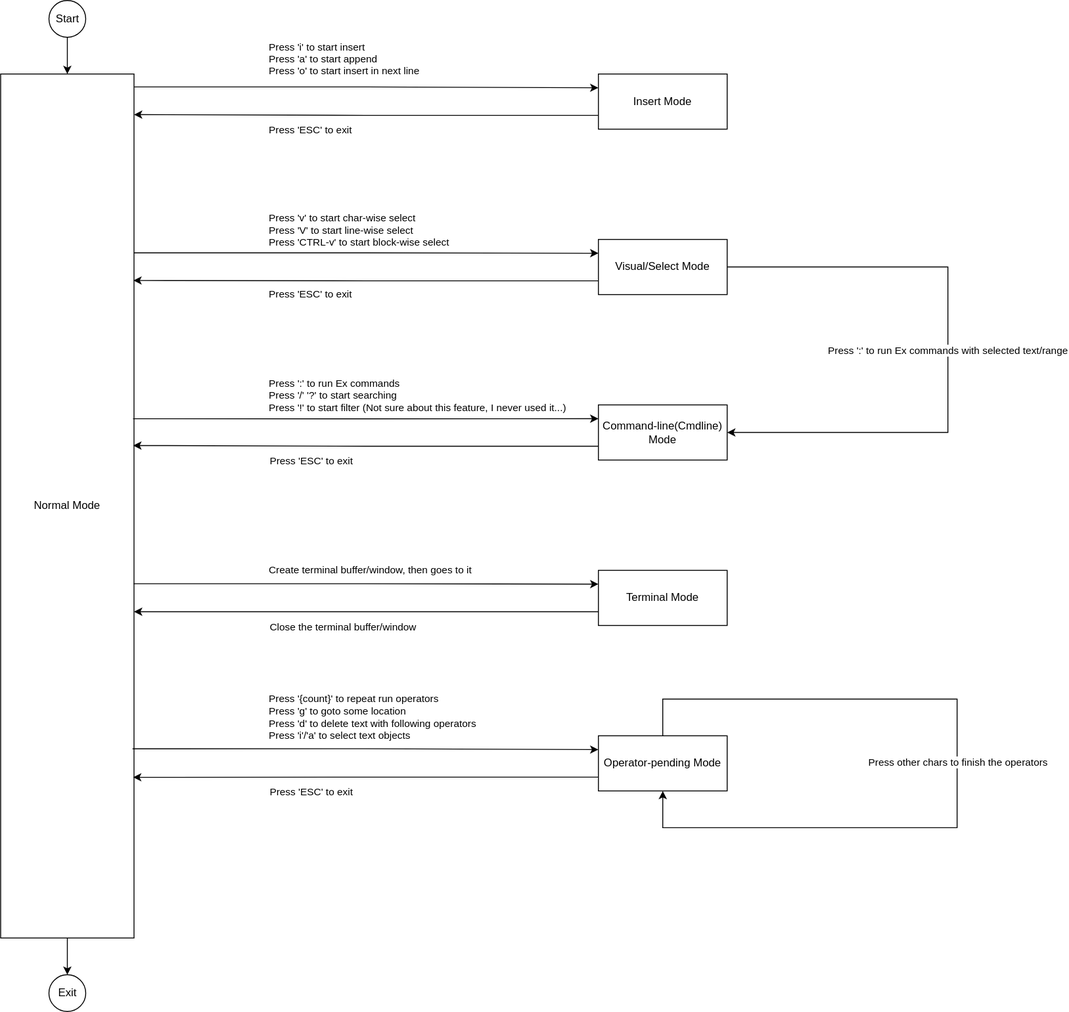
Earlier version of the draw.io export images/5-EditingMode.1.drawio.svg (rsvim/rfc). Source tidied: cells renumbered, new cells last; positions are measured from the earlier drawing's top-left corner, leaving out a move shared by most shapes.
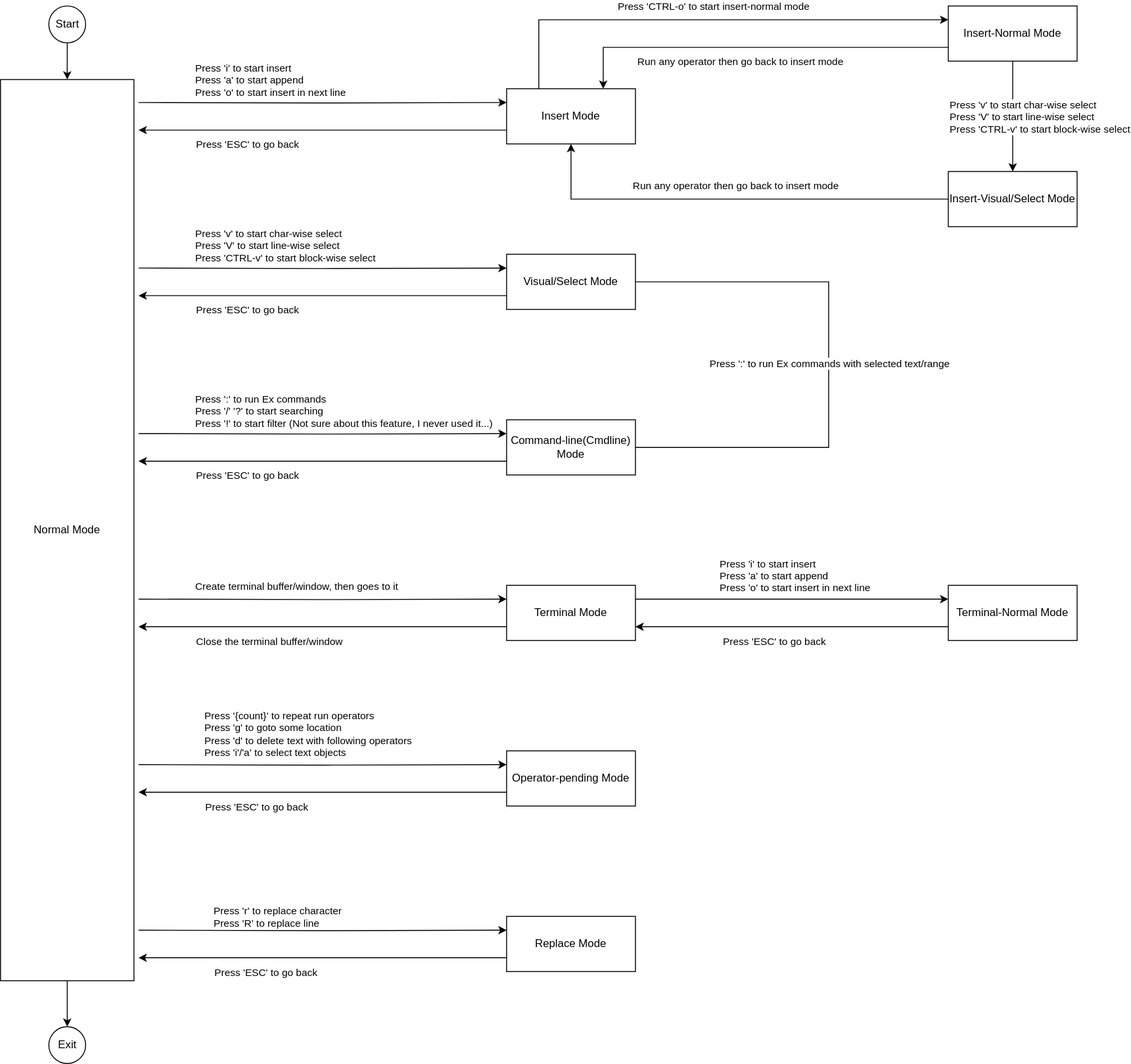
After the commit.

Diff of the diagram source:
```diff
@@ -4,4 +4,6 @@
     <mxCell id="1" parent="0" />
-    <mxCell id="2" style="edgeStyle=orthogonalEdgeStyle;rounded=0;jettySize=auto;html=1;entryX=0;entryY=0.25;entryDx=0;entryDy=0;exitX=0.995;exitY=0.015;exitDx=0;exitDy=0;exitPerimeter=0;" parent="1" edge="1" source="7" target="12">
-      <mxGeometry relative="1" as="geometry" />
+    <mxCell id="2" style="edgeStyle=orthogonalEdgeStyle;rounded=0;jettySize=auto;html=1;entryX=0;entryY=0.25;entryDx=0;entryDy=0;" parent="1" edge="1" target="12">
+      <mxGeometry relative="1" as="geometry">
+        <mxPoint x="250" y="95" as="sourcePoint" />
+      </mxGeometry>
     </mxCell>
@@ -9,7 +11,9 @@
       <mxGeometry x="-0.33" y="-1" relative="1" as="geometry">
-        <mxPoint x="-25" y="-31" as="offset" />
+        <mxPoint x="-75" y="-26" as="offset" />
       </mxGeometry>
     </mxCell>
-    <mxCell id="4" style="edgeStyle=orthogonalEdgeStyle;rounded=0;jettySize=auto;html=1;entryX=0;entryY=0.25;entryDx=0;entryDy=0;exitX=0.991;exitY=0.207;exitDx=0;exitDy=0;exitPerimeter=0;" parent="1" edge="1" source="7" target="15">
-      <mxGeometry relative="1" as="geometry" />
+    <mxCell id="4" style="edgeStyle=orthogonalEdgeStyle;rounded=0;jettySize=auto;html=1;entryX=0;entryY=0.25;entryDx=0;entryDy=0;" parent="1" edge="1" target="15">
+      <mxGeometry relative="1" as="geometry">
+        <mxPoint x="250" y="275" as="sourcePoint" />
+      </mxGeometry>
     </mxCell>
@@ -17,3 +21,3 @@
       <mxGeometry x="-0.39" y="-1" relative="1" as="geometry">
-        <mxPoint x="-9" y="-26" as="offset" />
+        <mxPoint x="-62" y="-26" as="offset" />
       </mxGeometry>
@@ -24,3 +28,3 @@
     <mxCell id="7" value="Normal Mode" style="rounded=0;whiteSpace=wrap;html=1;" parent="1" vertex="1">
-      <mxGeometry y="80" width="145" height="940" as="geometry" />
+      <mxGeometry x="100" y="70" width="145" height="980" as="geometry" />
     </mxCell>
@@ -30,12 +34,22 @@
     <mxCell id="9" value="Start" style="ellipse;whiteSpace=wrap;html=1;" parent="1" vertex="1">
-      <mxGeometry x="52.5" width="40" height="40" as="geometry" />
+      <mxGeometry x="152.5" y="-10" width="40" height="40" as="geometry" />
     </mxCell>
-    <mxCell id="10" style="edgeStyle=orthogonalEdgeStyle;rounded=0;jettySize=auto;html=1;exitX=0;exitY=0.75;exitDx=0;exitDy=0;entryX=1;entryY=0.047;entryDx=0;entryDy=0;entryPerimeter=0;" parent="1" edge="1" source="12" target="7">
-      <mxGeometry relative="1" as="geometry" />
+    <mxCell id="10" style="edgeStyle=orthogonalEdgeStyle;rounded=0;jettySize=auto;html=1;exitX=0;exitY=0.75;exitDx=0;exitDy=0;" parent="1" edge="1" source="12">
+      <mxGeometry relative="1" as="geometry">
+        <mxPoint x="250" y="125" as="targetPoint" />
+      </mxGeometry>
     </mxCell>
-    <mxCell id="11" value="Press 'ESC' to exit" style="edgeLabel;html=1;align=left;verticalAlign=middle;" parent="10" vertex="1">
+    <mxCell id="11" value="&lt;span style=&quot;text-align: center;&quot;&gt;Press 'ESC' to go back&lt;/span&gt;" style="edgeLabel;html=1;align=left;verticalAlign=middle;" parent="10" vertex="1">
       <mxGeometry x="0.11" y="-1" relative="1" as="geometry">
-        <mxPoint x="-81" y="17" as="offset" />
+        <mxPoint x="-118" y="16" as="offset" />
       </mxGeometry>
     </mxCell>
+    <mxCell id="36" style="edgeStyle=orthogonalEdgeStyle;rounded=0;jettySize=auto;html=1;exitX=0.25;exitY=0;exitDx=0;exitDy=0;entryX=0;entryY=0.25;entryDx=0;entryDy=0;" parent="1" edge="1" source="12" target="52">
+      <mxGeometry relative="1" as="geometry" />
+    </mxCell>
+    <mxCell id="37" value="Press 'CTRL-o' to start insert-normal mode" style="edgeLabel;html=1;align=center;verticalAlign=middle;" parent="36" vertex="1">
+      <mxGeometry x="-0.04" y="2" relative="1" as="geometry">
+        <mxPoint x="14" y="-13" as="offset" />
+      </mxGeometry>
+    </mxCell>
     <mxCell id="12" value="Insert Mode" style="rounded=0;whiteSpace=wrap;html=1;" parent="1" vertex="1">
@@ -43,7 +57,9 @@
     </mxCell>
-    <mxCell id="13" style="edgeStyle=orthogonalEdgeStyle;rounded=0;jettySize=auto;html=1;entryX=1;entryY=0.5;entryDx=0;entryDy=0;" parent="1" edge="1" source="15" target="18">
+    <mxCell id="13" style="edgeStyle=orthogonalEdgeStyle;rounded=0;orthogonalLoop=1;jettySize=auto;html=1;entryX=1;entryY=0.5;entryDx=0;entryDy=0;" parent="1" edge="1">
       <mxGeometry relative="1" as="geometry">
+        <mxPoint x="660" y="290" as="sourcePoint" />
+        <mxPoint x="660" y="470" as="targetPoint" />
         <Array as="points">
-          <mxPoint x="1030" y="290" />
-          <mxPoint x="1030" y="470" />
+          <mxPoint x="1000" y="290" />
+          <mxPoint x="1000" y="470" />
         </Array>
@@ -59,8 +75,10 @@
     </mxCell>
-    <mxCell id="16" style="edgeStyle=orthogonalEdgeStyle;rounded=0;jettySize=auto;html=1;exitX=0;exitY=0.75;exitDx=0;exitDy=0;entryX=0.995;entryY=0.239;entryDx=0;entryDy=0;entryPerimeter=0;" parent="1" edge="1" source="15" target="7">
-      <mxGeometry relative="1" as="geometry" />
+    <mxCell id="16" style="edgeStyle=orthogonalEdgeStyle;rounded=0;jettySize=auto;html=1;exitX=0;exitY=0.75;exitDx=0;exitDy=0;" parent="1" edge="1" source="15">
+      <mxGeometry relative="1" as="geometry">
+        <mxPoint x="250" y="305" as="targetPoint" />
+      </mxGeometry>
     </mxCell>
-    <mxCell id="17" value="Press 'ESC' to exit" style="edgeLabel;html=1;align=left;verticalAlign=middle;" parent="16" vertex="1">
+    <mxCell id="17" value="&lt;span style=&quot;text-align: center;&quot;&gt;Press 'ESC' to go back&lt;/span&gt;" style="edgeLabel;html=1;align=left;verticalAlign=middle;" parent="16" vertex="1">
       <mxGeometry x="0.11" y="-1" relative="1" as="geometry">
-        <mxPoint x="-80" y="16" as="offset" />
+        <mxPoint x="-118" y="16" as="offset" />
       </mxGeometry>
@@ -71,6 +89,8 @@
     <mxCell id="19" value="Exit" style="ellipse;whiteSpace=wrap;html=1;" parent="1" vertex="1">
-      <mxGeometry x="52.5" y="1060" width="40" height="40" as="geometry" />
+      <mxGeometry x="152.5" y="1100" width="40" height="40" as="geometry" />
     </mxCell>
-    <mxCell id="20" style="edgeStyle=orthogonalEdgeStyle;rounded=0;jettySize=auto;html=1;exitX=0.993;exitY=0.399;exitDx=0;exitDy=0;exitPerimeter=0;entryX=0;entryY=0.25;entryDx=0;entryDy=0;" parent="1" edge="1" source="7" target="18">
-      <mxGeometry relative="1" as="geometry" />
+    <mxCell id="20" style="edgeStyle=orthogonalEdgeStyle;rounded=0;jettySize=auto;html=1;entryX=0;entryY=0.25;entryDx=0;entryDy=0;" parent="1" edge="1" target="18">
+      <mxGeometry relative="1" as="geometry">
+        <mxPoint x="250" y="455" as="sourcePoint" />
+      </mxGeometry>
     </mxCell>
@@ -78,13 +98,21 @@
       <mxGeometry x="-0.39" y="-1" relative="1" as="geometry">
-        <mxPoint x="-9" y="-26" as="offset" />
+        <mxPoint x="-62" y="-26" as="offset" />
       </mxGeometry>
     </mxCell>
-    <mxCell id="22" style="edgeStyle=orthogonalEdgeStyle;rounded=0;jettySize=auto;html=1;exitX=0;exitY=0.75;exitDx=0;exitDy=0;entryX=0.994;entryY=0.43;entryDx=0;entryDy=0;entryPerimeter=0;" parent="1" edge="1" source="18" target="7">
-      <mxGeometry relative="1" as="geometry" />
+    <mxCell id="22" style="edgeStyle=orthogonalEdgeStyle;rounded=0;jettySize=auto;html=1;exitX=0;exitY=0.75;exitDx=0;exitDy=0;" parent="1" edge="1" source="18">
+      <mxGeometry relative="1" as="geometry">
+        <mxPoint x="250" y="485" as="targetPoint" />
+      </mxGeometry>
     </mxCell>
-    <mxCell id="23" value="Press 'ESC' to exit" style="edgeLabel;html=1;align=left;verticalAlign=middle;" parent="22" vertex="1">
+    <mxCell id="23" value="&lt;span style=&quot;text-align: center;&quot;&gt;Press 'ESC' to go back&lt;/span&gt;" style="edgeLabel;html=1;align=left;verticalAlign=middle;" parent="22" vertex="1">
       <mxGeometry x="0.11" y="-1" relative="1" as="geometry">
-        <mxPoint x="-79" y="17" as="offset" />
+        <mxPoint x="-118" y="16" as="offset" />
       </mxGeometry>
     </mxCell>
+    <mxCell id="38" value="&lt;span style=&quot;&quot;&gt;Press 'i' to start insert&amp;nbsp;&lt;/span&gt;&lt;div style=&quot;&quot;&gt;&lt;span style=&quot;background-color: light-dark(#ffffff, var(--ge-dark-color, #121212)); color: light-dark(rgb(0, 0, 0), rgb(255, 255, 255));&quot;&gt;Press 'a' to start append&lt;/span&gt;&lt;/div&gt;&lt;div style=&quot;&quot;&gt;&lt;span style=&quot;background-color: light-dark(#ffffff, var(--ge-dark-color, #121212)); color: light-dark(rgb(0, 0, 0), rgb(255, 255, 255));&quot;&gt;Press 'o' to start insert in next line&lt;/span&gt;&lt;/div&gt;" style="edgeStyle=orthogonalEdgeStyle;rounded=0;jettySize=auto;html=1;exitX=1;exitY=0.25;exitDx=0;exitDy=0;entryX=0;entryY=0.25;entryDx=0;entryDy=0;align=left;" parent="1" edge="1" source="24" target="42">
+      <mxGeometry x="-0.47" y="25" relative="1" as="geometry" />
+    </mxCell>
+    <mxCell id="39" value="&lt;span style=&quot;color: rgba(0, 0, 0, 0); font-family: monospace; font-size: 0px; text-align: start; background-color: rgb(236, 236, 236);&quot;&gt;%3CmxGraphModel%3E%3Croot%3E%3CmxCell%20id%3D%220%22%2F%3E%3CmxCell%20id%3D%221%22%20parent%3D%220%22%2F%3E%3CmxCell%20id%3D%222%22%20value%3D%22Press%20'i'%20to%20start%20insert%26amp%3Bnbsp%3B%26lt%3Bdiv%26gt%3B%26lt%3Bspan%20style%3D%26quot%3Bbackground-color%3A%20light-dark(%23ffffff%2C%20var(--ge-dark-color%2C%20%23121212))%3B%20color%3A%20light-dark(rgb(0%2C%200%2C%200)%2C%20rgb(255%2C%20255%2C%20255))%3B%26quot%3B%26gt%3BPress%20'a'%20to%20start%20append%26lt%3B%2Fspan%26gt%3B%26lt%3B%2Fdiv%26gt%3B%26lt%3Bdiv%26gt%3B%26lt%3Bspan%20style%3D%26quot%3Bbackground-color%3A%20light-dark(%23ffffff%2C%20var(--ge-dark-color%2C%20%23121212))%3B%20color%3A%20light-dark(rgb(0%2C%200%2C%200)%2C%20rgb(255%2C%20255%2C%20255))%3B%26quot%3B%26gt%3BPress%20'o'%20to%20start%20insert%20in%20next%20line%26lt%3B%2Fspan%26gt%3B%26lt%3B%2Fdiv%26gt%3B%22%20style%3D%22edgeLabel%3Bhtml%3D1%3Balign%3Dleft%3BverticalAlign%3Dmiddle%3Bresizable%3D0%3Bpoints%3D%5B%5D%3B%22%20vertex%3D%221%22%20connectable%3D%220%22%20parent%3D%221%22%3E%3CmxGeometry%20x%3D%22690.4749204785596%22%20y%3D%22134.1135226365966%22%20as%3D%22geometry%22%2F%3E%3C%2FmxCell%3E%3C%2Froot%3E%3C%2FmxGraphModel%3E&lt;/span&gt;" style="edgeLabel;html=1;align=center;verticalAlign=middle;" parent="38" vertex="1">
+      <mxGeometry x="-0.08" y="4" relative="1" as="geometry" />
+    </mxCell>
     <mxCell id="24" value="Terminal Mode" style="rounded=0;whiteSpace=wrap;html=1;" parent="1" vertex="1">
@@ -92,4 +120,6 @@
     </mxCell>
-    <mxCell id="25" style="edgeStyle=orthogonalEdgeStyle;rounded=0;jettySize=auto;html=1;exitX=0.997;exitY=0.59;exitDx=0;exitDy=0;exitPerimeter=0;entryX=0;entryY=0.25;entryDx=0;entryDy=0;" parent="1" edge="1" source="7" target="24">
-      <mxGeometry relative="1" as="geometry" />
+    <mxCell id="25" style="edgeStyle=orthogonalEdgeStyle;rounded=0;jettySize=auto;html=1;entryX=0;entryY=0.25;entryDx=0;entryDy=0;" parent="1" edge="1" target="24">
+      <mxGeometry relative="1" as="geometry">
+        <mxPoint x="250" y="635" as="sourcePoint" />
+      </mxGeometry>
     </mxCell>
@@ -97,3 +127,3 @@
       <mxGeometry x="-0.39" y="-1" relative="1" as="geometry">
-        <mxPoint x="-9" y="-16" as="offset" />
+        <mxPoint x="-62" y="-16" as="offset" />
       </mxGeometry>
@@ -102,3 +132,3 @@
       <mxGeometry relative="1" as="geometry">
-        <mxPoint x="145" y="665" as="targetPoint" />
+        <mxPoint x="250" y="665" as="targetPoint" />
       </mxGeometry>
@@ -107,3 +137,3 @@
       <mxGeometry x="0.11" y="-1" relative="1" as="geometry">
-        <mxPoint x="-79" y="17" as="offset" />
+        <mxPoint x="-118" y="16" as="offset" />
       </mxGeometry>
@@ -113,4 +143,6 @@
     </mxCell>
-    <mxCell id="30" style="edgeStyle=orthogonalEdgeStyle;rounded=0;jettySize=auto;html=1;entryX=0;entryY=0.25;entryDx=0;entryDy=0;exitX=0.989;exitY=0.781;exitDx=0;exitDy=0;exitPerimeter=0;" parent="1" edge="1" source="7" target="29">
-      <mxGeometry relative="1" as="geometry" />
+    <mxCell id="30" style="edgeStyle=orthogonalEdgeStyle;rounded=0;jettySize=auto;html=1;entryX=0;entryY=0.25;entryDx=0;entryDy=0;" parent="1" edge="1" target="29">
+      <mxGeometry relative="1" as="geometry">
+        <mxPoint x="250" y="815" as="sourcePoint" />
+      </mxGeometry>
     </mxCell>
@@ -118,26 +150,79 @@
       <mxGeometry x="-0.39" y="-1" relative="1" as="geometry">
-        <mxPoint x="-9" y="-35" as="offset" />
+        <mxPoint x="-52" y="-35" as="offset" />
       </mxGeometry>
     </mxCell>
-    <mxCell id="32" style="edgeStyle=orthogonalEdgeStyle;rounded=0;jettySize=auto;html=1;exitX=0;exitY=0.75;exitDx=0;exitDy=0;entryX=0.993;entryY=0.814;entryDx=0;entryDy=0;entryPerimeter=0;" parent="1" edge="1" source="29" target="7">
-      <mxGeometry relative="1" as="geometry" />
+    <mxCell id="32" style="edgeStyle=orthogonalEdgeStyle;rounded=0;jettySize=auto;html=1;exitX=0;exitY=0.75;exitDx=0;exitDy=0;" parent="1" edge="1" source="29">
+      <mxGeometry relative="1" as="geometry">
+        <mxPoint x="250" y="845" as="targetPoint" />
+      </mxGeometry>
     </mxCell>
-    <mxCell id="33" value="Press 'ESC' to exit" style="edgeLabel;html=1;align=left;verticalAlign=middle;" parent="32" vertex="1">
+    <mxCell id="33" value="&lt;span style=&quot;text-align: center;&quot;&gt;Press 'ESC' to go back&lt;/span&gt;" style="edgeLabel;html=1;align=left;verticalAlign=middle;" parent="32" vertex="1">
       <mxGeometry x="0.11" y="-1" relative="1" as="geometry">
-        <mxPoint x="-79" y="17" as="offset" />
+        <mxPoint x="-108" y="16" as="offset" />
       </mxGeometry>
     </mxCell>
-    <mxCell id="34" style="edgeStyle=orthogonalEdgeStyle;rounded=0;orthogonalLoop=1;jettySize=auto;html=1;entryX=0.5;entryY=1;entryDx=0;entryDy=0;" parent="1" edge="1" source="29" target="29">
-      <mxGeometry relative="1" as="geometry">
-        <Array as="points">
-          <mxPoint x="720" y="760" />
-          <mxPoint x="1040" y="760" />
-          <mxPoint x="1040" y="900" />
-          <mxPoint x="720" y="900" />
-        </Array>
-      </mxGeometry>
-    </mxCell>
-    <mxCell id="35" value="Press other chars to finish the operators" style="edgeLabel;html=1;align=center;verticalAlign=middle;" parent="34" vertex="1">
-      <mxGeometry y="1" relative="1" as="geometry" />
-    </mxCell>
+    <mxCell id="40" style="edgeStyle=orthogonalEdgeStyle;rounded=0;jettySize=auto;html=1;exitX=0;exitY=0.75;exitDx=0;exitDy=0;entryX=1;entryY=0.75;entryDx=0;entryDy=0;" parent="1" edge="1" source="42" target="24">
+      <mxGeometry relative="1" as="geometry" />
+    </mxCell>
+    <mxCell id="41" value="Press 'ESC' to go back" style="edgeLabel;html=1;align=center;verticalAlign=middle;" parent="40" vertex="1">
+      <mxGeometry x="0.06" y="1" relative="1" as="geometry">
+        <mxPoint x="-11" y="14" as="offset" />
+      </mxGeometry>
+    </mxCell>
+    <mxCell id="42" value="Terminal-Normal Mode" style="rounded=0;whiteSpace=wrap;html=1;" parent="1" vertex="1">
+      <mxGeometry x="1130" y="620" width="140" height="60" as="geometry" />
+    </mxCell>
+    <mxCell id="43" value="Replace Mode" style="rounded=0;whiteSpace=wrap;html=1;" parent="1" vertex="1">
+      <mxGeometry x="650" y="980" width="140" height="60" as="geometry" />
+    </mxCell>
+    <mxCell id="44" style="edgeStyle=orthogonalEdgeStyle;rounded=0;jettySize=auto;html=1;entryX=0;entryY=0.25;entryDx=0;entryDy=0;" parent="1" edge="1" target="43">
+      <mxGeometry relative="1" as="geometry">
+        <mxPoint x="250" y="995" as="sourcePoint" />
+      </mxGeometry>
+    </mxCell>
+    <mxCell id="45" value="Press 'r' to replace character&lt;div&gt;Press 'R' to replace line&lt;/div&gt;" style="edgeLabel;html=1;align=left;verticalAlign=middle;" parent="44" vertex="1">
+      <mxGeometry x="-0.39" y="-1" relative="1" as="geometry">
+        <mxPoint x="-42" y="-16" as="offset" />
+      </mxGeometry>
+    </mxCell>
+    <mxCell id="46" style="edgeStyle=orthogonalEdgeStyle;rounded=0;jettySize=auto;html=1;exitX=0;exitY=0.75;exitDx=0;exitDy=0;" parent="1" edge="1" source="43">
+      <mxGeometry relative="1" as="geometry">
+        <mxPoint x="250" y="1025" as="targetPoint" />
+      </mxGeometry>
+    </mxCell>
+    <mxCell id="47" value="&lt;span style=&quot;text-align: center;&quot;&gt;Press 'ESC' to go back&lt;/span&gt;" style="edgeLabel;html=1;align=left;verticalAlign=middle;" parent="46" vertex="1">
+      <mxGeometry x="0.11" y="-1" relative="1" as="geometry">
+        <mxPoint x="-98" y="16" as="offset" />
+      </mxGeometry>
+    </mxCell>
+    <mxCell id="48" style="edgeStyle=orthogonalEdgeStyle;rounded=0;jettySize=auto;html=1;exitX=0;exitY=0.75;exitDx=0;exitDy=0;entryX=0.75;entryY=0;entryDx=0;entryDy=0;" parent="1" edge="1" source="52" target="12">
+      <mxGeometry relative="1" as="geometry" />
+    </mxCell>
+    <mxCell id="49" value="Run any operator then go back to insert mode" style="edgeLabel;html=1;align=center;verticalAlign=middle;" parent="48" vertex="1">
+      <mxGeometry x="0.28" y="-1" relative="1" as="geometry">
+        <mxPoint x="43" y="16" as="offset" />
+      </mxGeometry>
+    </mxCell>
+    <mxCell id="50" style="edgeStyle=orthogonalEdgeStyle;rounded=0;jettySize=auto;html=1;" parent="1" edge="1" source="52" target="55">
+      <mxGeometry relative="1" as="geometry" />
+    </mxCell>
+    <mxCell id="51" value="Press 'v' to start char-wise select&lt;br&gt;Press 'V' to start line-wise select&lt;div&gt;Press 'CTRL-v' to start block-wise select&lt;/div&gt;" style="edgeLabel;html=1;align=left;verticalAlign=middle;" parent="50" vertex="1">
+      <mxGeometry x="-0.07" y="-1" relative="1" as="geometry">
+        <mxPoint x="-69" y="4" as="offset" />
+      </mxGeometry>
+    </mxCell>
+    <mxCell id="52" value="Insert-Normal Mode" style="rounded=0;whiteSpace=wrap;html=1;" parent="1" vertex="1">
+      <mxGeometry x="1130" y="-10" width="140" height="60" as="geometry" />
+    </mxCell>
+    <mxCell id="53" style="edgeStyle=orthogonalEdgeStyle;rounded=0;jettySize=auto;html=1;exitX=0;exitY=0.5;exitDx=0;exitDy=0;entryX=0.5;entryY=1;entryDx=0;entryDy=0;" parent="1" edge="1" source="55" target="12">
+      <mxGeometry relative="1" as="geometry" />
+    </mxCell>
+    <mxCell id="54" value="Run any operator then go back to insert mode" style="edgeLabel;html=1;align=center;verticalAlign=middle;" parent="53" vertex="1">
+      <mxGeometry x="0.22" y="-2" relative="1" as="geometry">
+        <mxPoint x="55" y="-13" as="offset" />
+      </mxGeometry>
+    </mxCell>
+    <mxCell id="55" value="Insert-Visual/Select Mode" style="rounded=0;whiteSpace=wrap;html=1;" parent="1" vertex="1">
+      <mxGeometry x="1130" y="170" width="140" height="60" as="geometry" />
+    </mxCell>
   </root>
```
